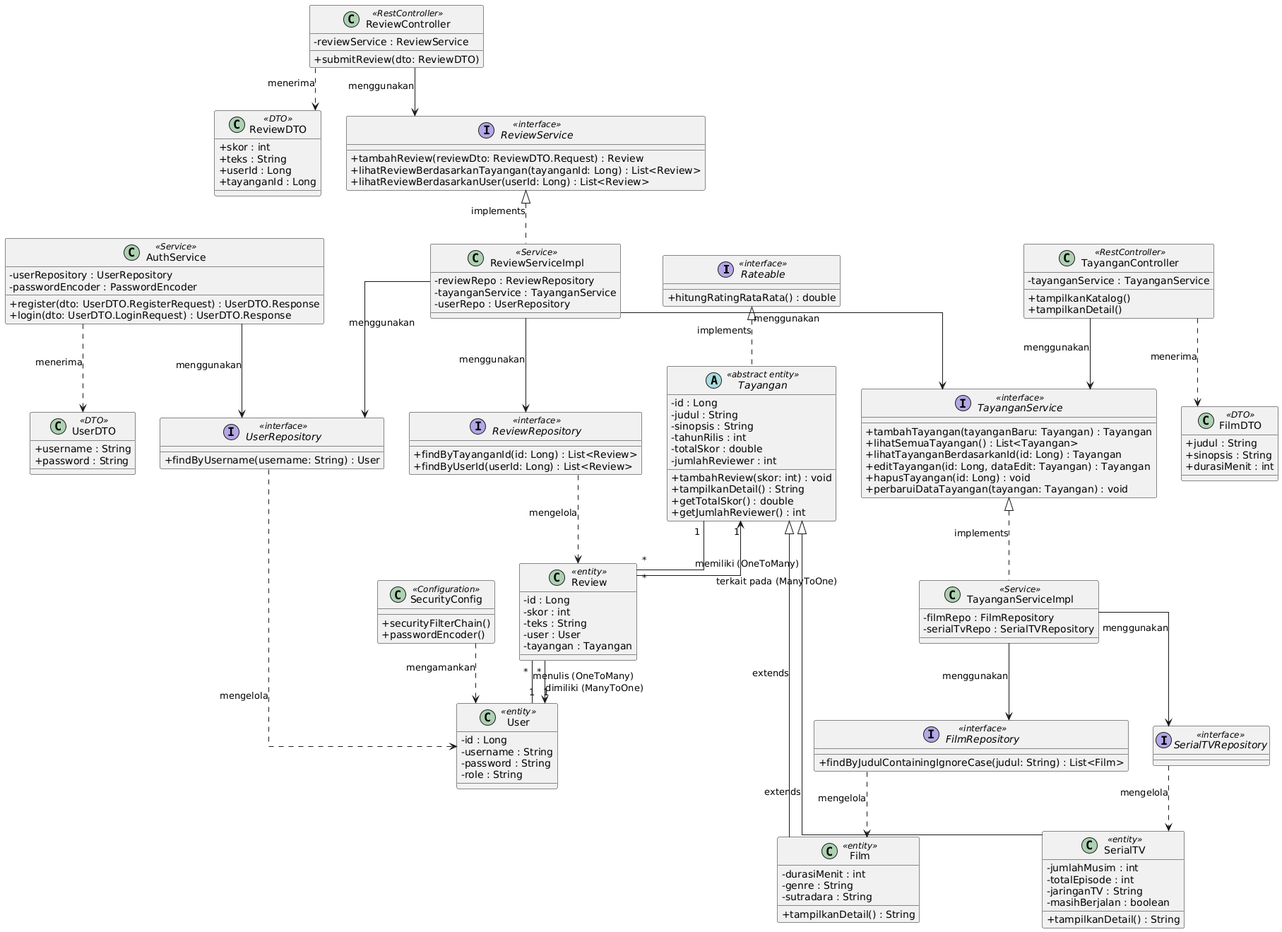
Before: docs/class diagram fiks.png, a diagram exported from PlantUML (kemalzaki/AbsoluteCinema).
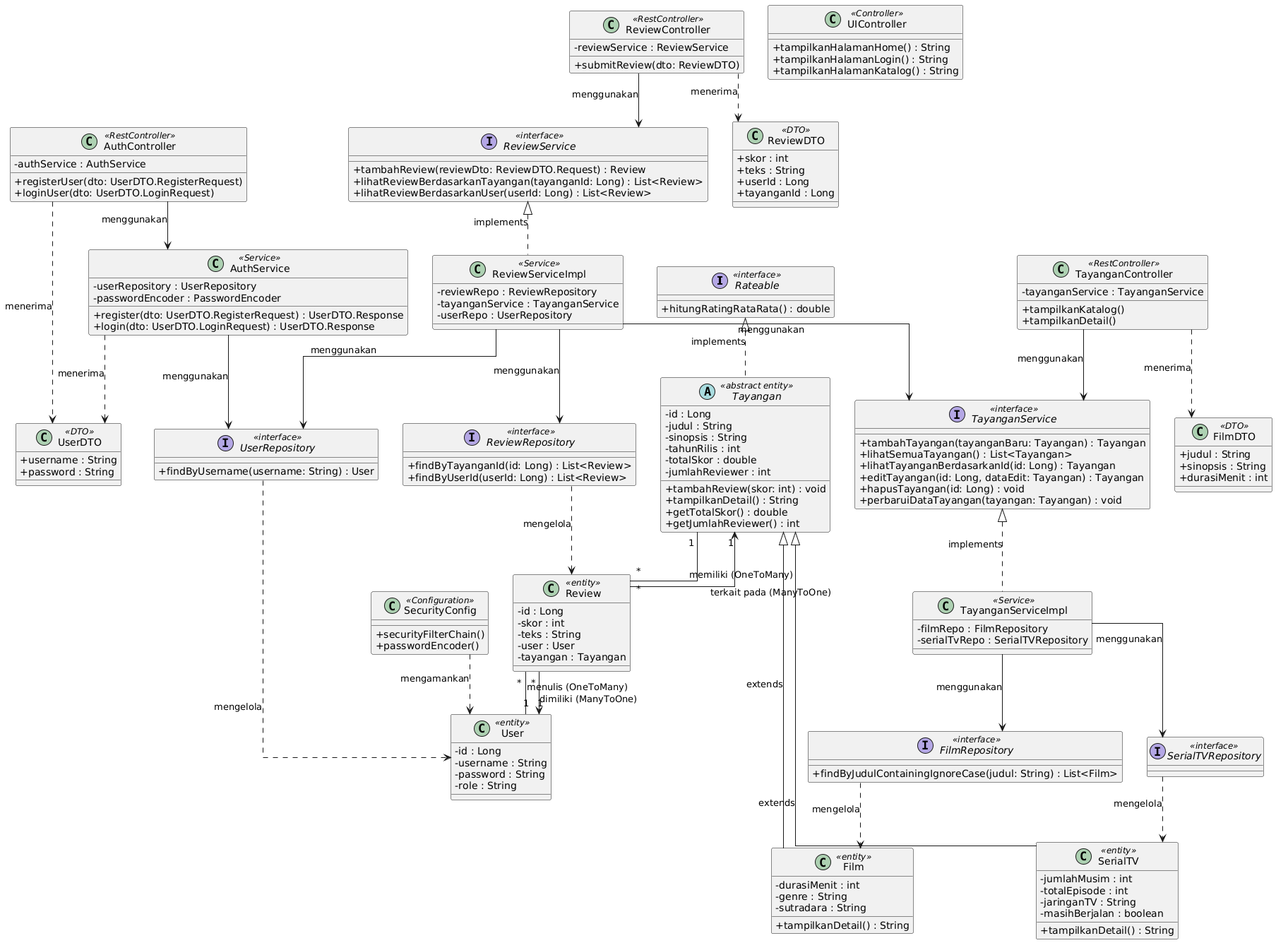
The same diagram one commit later.

Commit message:
fix(docs): update class diagram image to reflect recent changes

What changed in the source:
```diff
@@ -120,6 +120,16 @@
     -reviewService : ReviewService
     +submitReview(dto: ReviewDTO)
 }
+class AuthController <<RestController>> {
+    -authService : AuthService
+    +registerUser(dto: UserDTO.RegisterRequest)
+    +loginUser(dto: UserDTO.LoginRequest)
+}
+class UIController <<Controller>> {
+    +tampilkanHalamanHome() : String
+    +tampilkanHalamanLogin() : String
+    +tampilkanHalamanKatalog() : String
+}
 class SecurityConfig <<Configuration>> {
     +securityFilterChain()
     +passwordEncoder()
@@ -154,8 +164,10 @@
 
 TayanganController --> TayanganService : menggunakan
 ReviewController --> ReviewService : menggunakan
+AuthController --> AuthService : menggunakan
 
 ReviewController ..> ReviewDTO : menerima
 TayanganController ..> FilmDTO : menerima
+AuthController ..> UserDTO : menerima
 SecurityConfig ..> User : mengamankan
 @enduml
```
